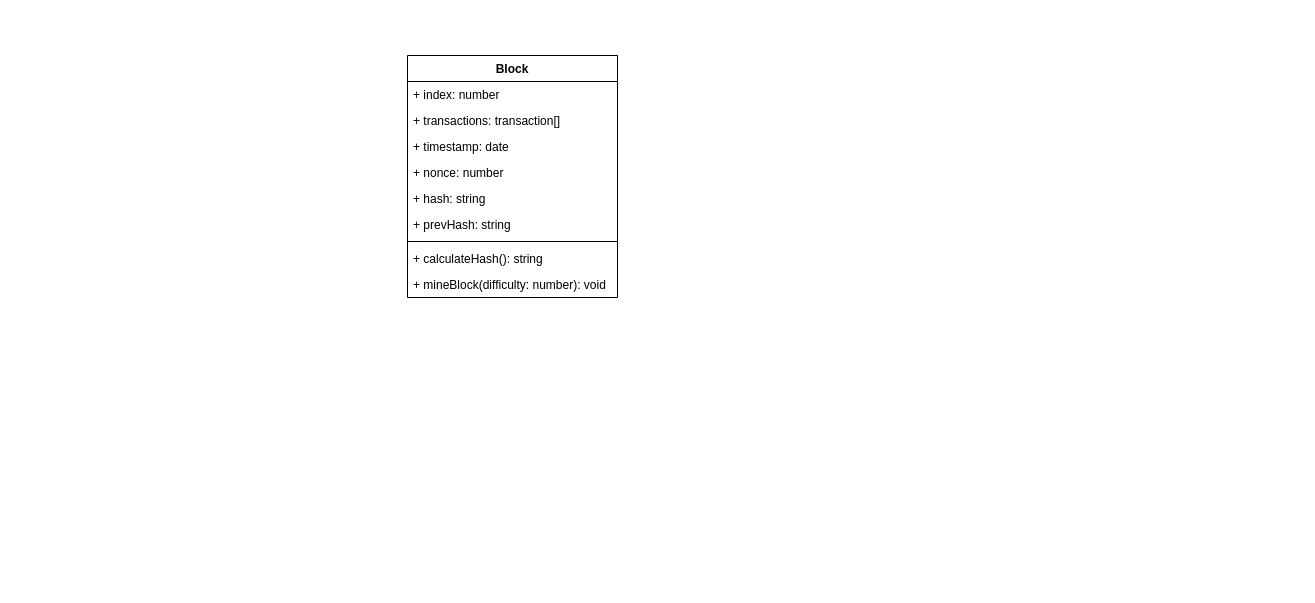
This is docs/assets/02-uml.drawio from NuiceT/bitnano-zli, a draw.io file, before an edit. Source tidied: cells renumbered, new cells numbered last; positions are measured from the earlier drawing's top-left corner, leaving out a move shared by most shapes. Both pictures are drawn from the tidied source at 100%, with x=0, y=0 at pixel (407, 55).
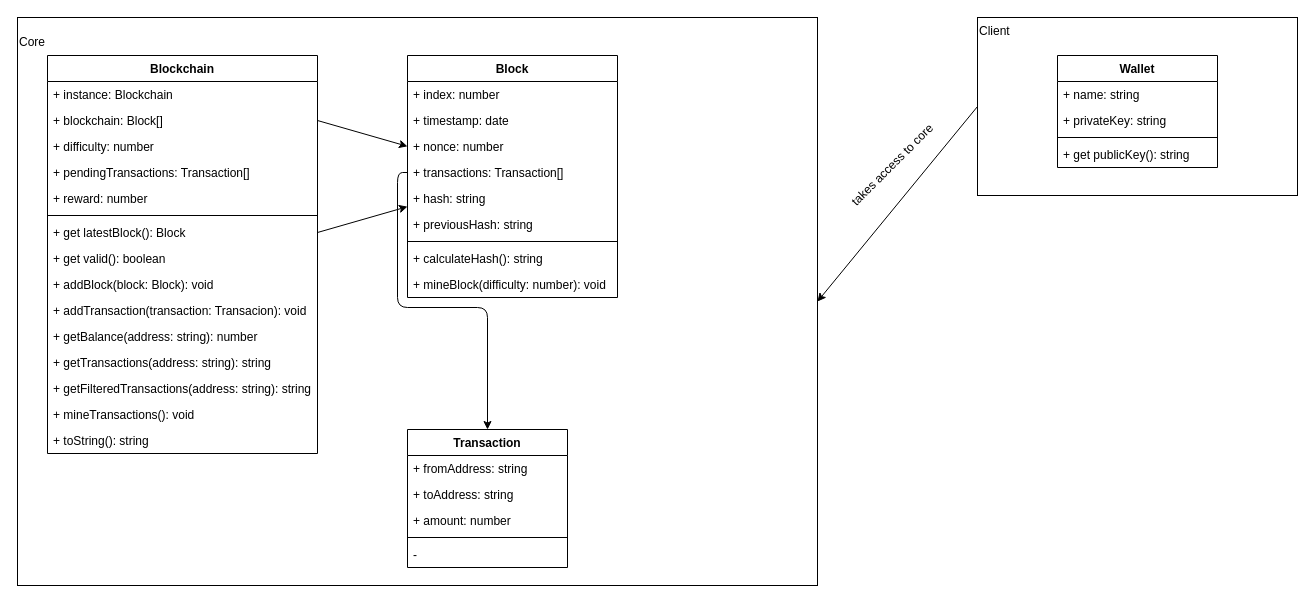
Above is the later version.

Unchanged cells that the change refers to:
```xml
<mxCell id="2" value="Block" style="swimlane;fontStyle=1;align=center;verticalAlign=top;horizontal=1;startSize=26;" parent="1" vertex="1">
  <mxGeometry width="210" height="242" as="geometry" />
</mxCell>
```

The edit, as a diff of the source:
```diff
@@
+    <mxCell id="12" style="edgeStyle=none;html=1;exitX=0;exitY=0.5;exitDx=0;exitDy=0;entryX=1;entryY=0.5;entryDx=0;entryDy=0;strokeWidth=1;" parent="1" edge="1" source="13" target="14">
+      <mxGeometry relative="1" as="geometry" />
+    </mxCell>
+    <mxCell id="13" value="Client" style="html=1;align=left;horizontal=1;verticalAlign=top;" parent="1" vertex="1">
+      <mxGeometry x="570" y="-38" width="320" height="178" as="geometry" />
+    </mxCell>
+    <mxCell id="14" value="&lt;p style=&quot;line-height: 1&quot;&gt;Core&lt;/p&gt;" style="html=1;align=left;verticalAlign=top;" parent="1" vertex="1">
+      <mxGeometry x="-390" y="-38" width="800" height="568" as="geometry" />
+    </mxCell>
@@
-    <mxCell id="4" value="+ transactions: transaction[]" style="text;strokeColor=none;fillColor=none;align=left;verticalAlign=top;spacingLeft=4;spacingRight=4;overflow=hidden;points=[[0,0.5],[1,0.5]];portConstraint=eastwest;" parent="2" vertex="1">
-      <mxGeometry y="52" width="210" height="26" as="geometry" />
-    </mxCell>
     <mxCell id="5" value="+ timestamp: date" style="text;strokeColor=none;fillColor=none;align=left;verticalAlign=top;spacingLeft=4;spacingRight=4;overflow=hidden;" parent="2" vertex="1">
-      <mxGeometry y="78" width="210" height="26" as="geometry" />
+      <mxGeometry y="52" width="210" height="26" as="geometry" />
     </mxCell>
     <mxCell id="6" value="+ nonce: number" style="text;strokeColor=none;fillColor=none;align=left;verticalAlign=top;spacingLeft=4;spacingRight=4;overflow=hidden;" parent="2" vertex="1">
-      <mxGeometry y="104" width="210" height="26" as="geometry" />
+      <mxGeometry y="78" width="210" height="26" as="geometry" />
     </mxCell>
+    <mxCell id="4" value="+ transactions: Transaction[]" style="text;strokeColor=none;fillColor=none;align=left;verticalAlign=top;spacingLeft=4;spacingRight=4;overflow=hidden;points=[[0,0.5],[1,0.5]];portConstraint=eastwest;" parent="2" vertex="1">
+      <mxGeometry y="104" width="210" height="26" as="geometry" />
+    </mxCell>
@@
-    <mxCell id="8" value="+ prevHash: string" style="text;strokeColor=none;fillColor=none;align=left;verticalAlign=top;spacingLeft=4;spacingRight=4;overflow=hidden;" parent="2" vertex="1">
+    <mxCell id="8" value="+ previousHash: string" style="text;strokeColor=none;fillColor=none;align=left;verticalAlign=top;spacingLeft=4;spacingRight=4;overflow=hidden;" parent="2" vertex="1">
       <mxGeometry y="156" width="210" height="26" as="geometry" />
     </mxCell>
@@
+    <mxCell id="15" value="Transaction" style="swimlane;fontStyle=1;align=center;verticalAlign=top;horizontal=1;startSize=26;" parent="1" vertex="1">
+      <mxGeometry y="374" width="160" height="138" as="geometry" />
+    </mxCell>
+    <mxCell id="16" value="+ fromAddress: string" style="text;strokeColor=none;fillColor=none;align=left;verticalAlign=top;spacingLeft=4;spacingRight=4;overflow=hidden;" parent="15" vertex="1">
+      <mxGeometry y="26" width="160" height="26" as="geometry" />
+    </mxCell>
+    <mxCell id="17" value="+ toAddress: string" style="text;strokeColor=none;fillColor=none;align=left;verticalAlign=top;spacingLeft=4;spacingRight=4;overflow=hidden;" parent="15" vertex="1">
+      <mxGeometry y="52" width="160" height="26" as="geometry" />
+    </mxCell>
+    <mxCell id="18" value="+ amount: number" style="text;strokeColor=none;fillColor=none;align=left;verticalAlign=top;spacingLeft=4;spacingRight=4;overflow=hidden;" parent="15" vertex="1">
+      <mxGeometry y="78" width="160" height="26" as="geometry" />
+    </mxCell>
+    <mxCell id="19" style="line;strokeWidth=1;fillColor=none;align=left;verticalAlign=middle;spacingTop=-1;spacingLeft=3;spacingRight=3;labelPosition=right;" parent="15" vertex="1">
+      <mxGeometry y="104" width="160" height="8" as="geometry" />
+    </mxCell>
+    <mxCell id="20" value="-" style="text;strokeColor=none;fillColor=none;align=left;verticalAlign=top;spacingLeft=4;spacingRight=4;overflow=hidden;" parent="15" vertex="1">
+      <mxGeometry y="112" width="160" height="26" as="geometry" />
+    </mxCell>
+    <mxCell id="21" value="Blockchain" style="swimlane;fontStyle=1;align=center;verticalAlign=top;horizontal=1;startSize=26;" parent="1" vertex="1">
+      <mxGeometry x="-360" width="270" height="398" as="geometry" />
+    </mxCell>
+    <mxCell id="22" value="+ instance: Blockchain" style="text;strokeColor=none;fillColor=none;align=left;verticalAlign=top;spacingLeft=4;spacingRight=4;overflow=hidden;" parent="21" vertex="1">
+      <mxGeometry y="26" width="270" height="26" as="geometry" />
+    </mxCell>
+    <mxCell id="23" value="+ blockchain: Block[]" style="text;strokeColor=none;fillColor=none;align=left;verticalAlign=top;spacingLeft=4;spacingRight=4;overflow=hidden;points=[[0,0.5],[1,0.5]];portConstraint=eastwest;" parent="21" vertex="1">
+      <mxGeometry y="52" width="270" height="26" as="geometry" />
+    </mxCell>
+    <mxCell id="24" value="+ difficulty: number" style="text;strokeColor=none;fillColor=none;align=left;verticalAlign=top;spacingLeft=4;spacingRight=4;overflow=hidden;" parent="21" vertex="1">
+      <mxGeometry y="78" width="270" height="26" as="geometry" />
+    </mxCell>
+    <mxCell id="25" value="+ pendingTransactions: Transaction[]" style="text;strokeColor=none;fillColor=none;align=left;verticalAlign=top;spacingLeft=4;spacingRight=4;overflow=hidden;" parent="21" vertex="1">
+      <mxGeometry y="104" width="270" height="26" as="geometry" />
+    </mxCell>
+    <mxCell id="26" value="+ reward: number" style="text;strokeColor=none;fillColor=none;align=left;verticalAlign=top;spacingLeft=4;spacingRight=4;overflow=hidden;" parent="21" vertex="1">
+      <mxGeometry y="130" width="270" height="26" as="geometry" />
+    </mxCell>
+    <mxCell id="27" style="line;strokeWidth=1;fillColor=none;align=left;verticalAlign=middle;spacingTop=-1;spacingLeft=3;spacingRight=3;labelPosition=right;" parent="21" vertex="1">
+      <mxGeometry y="156" width="270" height="8" as="geometry" />
+    </mxCell>
+    <mxCell id="28" value="+ get latestBlock(): Block" style="text;strokeColor=none;fillColor=none;align=left;verticalAlign=top;spacingLeft=4;spacingRight=4;overflow=hidden;points=[[0,0.5],[1,0.5]];portConstraint=eastwest;" parent="21" vertex="1">
+      <mxGeometry y="164" width="270" height="26" as="geometry" />
+    </mxCell>
+    <mxCell id="29" value="+ get valid(): boolean" style="text;strokeColor=none;fillColor=none;align=left;verticalAlign=top;spacingLeft=4;spacingRight=4;overflow=hidden;" parent="21" vertex="1">
+      <mxGeometry y="190" width="270" height="26" as="geometry" />
+    </mxCell>
+    <mxCell id="30" value="+ addBlock(block: Block): void" style="text;strokeColor=none;fillColor=none;align=left;verticalAlign=top;spacingLeft=4;spacingRight=4;overflow=hidden;" parent="21" vertex="1">
+      <mxGeometry y="216" width="270" height="26" as="geometry" />
+    </mxCell>
+    <mxCell id="31" value="+ addTransaction(transaction: Transacion): void" style="text;strokeColor=none;fillColor=none;align=left;verticalAlign=top;spacingLeft=4;spacingRight=4;overflow=hidden;" parent="21" vertex="1">
+      <mxGeometry y="242" width="270" height="26" as="geometry" />
+    </mxCell>
+    <mxCell id="32" value="+ getBalance(address: string): number" style="text;strokeColor=none;fillColor=none;align=left;verticalAlign=top;spacingLeft=4;spacingRight=4;overflow=hidden;" parent="21" vertex="1">
+      <mxGeometry y="268" width="270" height="26" as="geometry" />
+    </mxCell>
+    <mxCell id="33" value="+ getTransactions(address: string): string" style="text;strokeColor=none;fillColor=none;align=left;verticalAlign=top;spacingLeft=4;spacingRight=4;overflow=hidden;" parent="21" vertex="1">
+      <mxGeometry y="294" width="270" height="26" as="geometry" />
+    </mxCell>
+    <mxCell id="34" value="+ getFilteredTransactions(address: string): string" style="text;strokeColor=none;fillColor=none;align=left;verticalAlign=top;spacingLeft=4;spacingRight=4;overflow=hidden;" parent="21" vertex="1">
+      <mxGeometry y="320" width="270" height="26" as="geometry" />
+    </mxCell>
+    <mxCell id="35" value="+ mineTransactions(): void" style="text;strokeColor=none;fillColor=none;align=left;verticalAlign=top;spacingLeft=4;spacingRight=4;overflow=hidden;" parent="21" vertex="1">
+      <mxGeometry y="346" width="270" height="26" as="geometry" />
+    </mxCell>
+    <mxCell id="36" value="+ toString(): string" style="text;strokeColor=none;fillColor=none;align=left;verticalAlign=top;spacingLeft=4;spacingRight=4;overflow=hidden;" parent="21" vertex="1">
+      <mxGeometry y="372" width="270" height="26" as="geometry" />
+    </mxCell>
+    <mxCell id="37" value="Wallet" style="swimlane;fontStyle=1;align=center;verticalAlign=top;horizontal=1;startSize=26;" parent="1" vertex="1">
+      <mxGeometry x="650" width="160" height="112" as="geometry" />
+    </mxCell>
+    <mxCell id="38" value="+ name: string" style="text;strokeColor=none;fillColor=none;align=left;verticalAlign=top;spacingLeft=4;spacingRight=4;overflow=hidden;" parent="37" vertex="1">
+      <mxGeometry y="26" width="160" height="26" as="geometry" />
+    </mxCell>
+    <mxCell id="39" value="+ privateKey: string" style="text;strokeColor=none;fillColor=none;align=left;verticalAlign=top;spacingLeft=4;spacingRight=4;overflow=hidden;" parent="37" vertex="1">
+      <mxGeometry y="52" width="160" height="26" as="geometry" />
+    </mxCell>
+    <mxCell id="40" style="line;strokeWidth=1;fillColor=none;align=left;verticalAlign=middle;spacingTop=-1;spacingLeft=3;spacingRight=3;labelPosition=right;" parent="37" vertex="1">
+      <mxGeometry y="78" width="160" height="8" as="geometry" />
+    </mxCell>
+    <mxCell id="41" value="+ get publicKey(): string" style="text;strokeColor=none;fillColor=none;align=left;verticalAlign=top;spacingLeft=4;spacingRight=4;overflow=hidden;" parent="37" vertex="1">
+      <mxGeometry y="86" width="160" height="26" as="geometry" />
+    </mxCell>
+    <mxCell id="42" style="html=1;exitX=1;exitY=0.5;exitDx=0;exitDy=0;" parent="1" edge="1" source="23" target="2">
+      <mxGeometry relative="1" as="geometry" />
+    </mxCell>
+    <mxCell id="43" style="edgeStyle=orthogonalEdgeStyle;html=1;exitX=0;exitY=0.5;exitDx=0;exitDy=0;strokeWidth=1;" parent="1" edge="1" source="4" target="15">
+      <mxGeometry relative="1" as="geometry" />
+    </mxCell>
+    <mxCell id="44" style="edgeStyle=none;html=1;exitX=1;exitY=0.5;exitDx=0;exitDy=0;strokeWidth=1;" parent="1" edge="1" source="28" target="2">
+      <mxGeometry relative="1" as="geometry" />
+    </mxCell>
+    <mxCell id="45" value="takes access to core" style="text;html=1;align=center;verticalAlign=middle;strokeColor=none;fillColor=none;rotation=-45;" parent="1" vertex="1">
+      <mxGeometry x="420" y="100" width="130" height="20" as="geometry" />
+    </mxCell>
```
